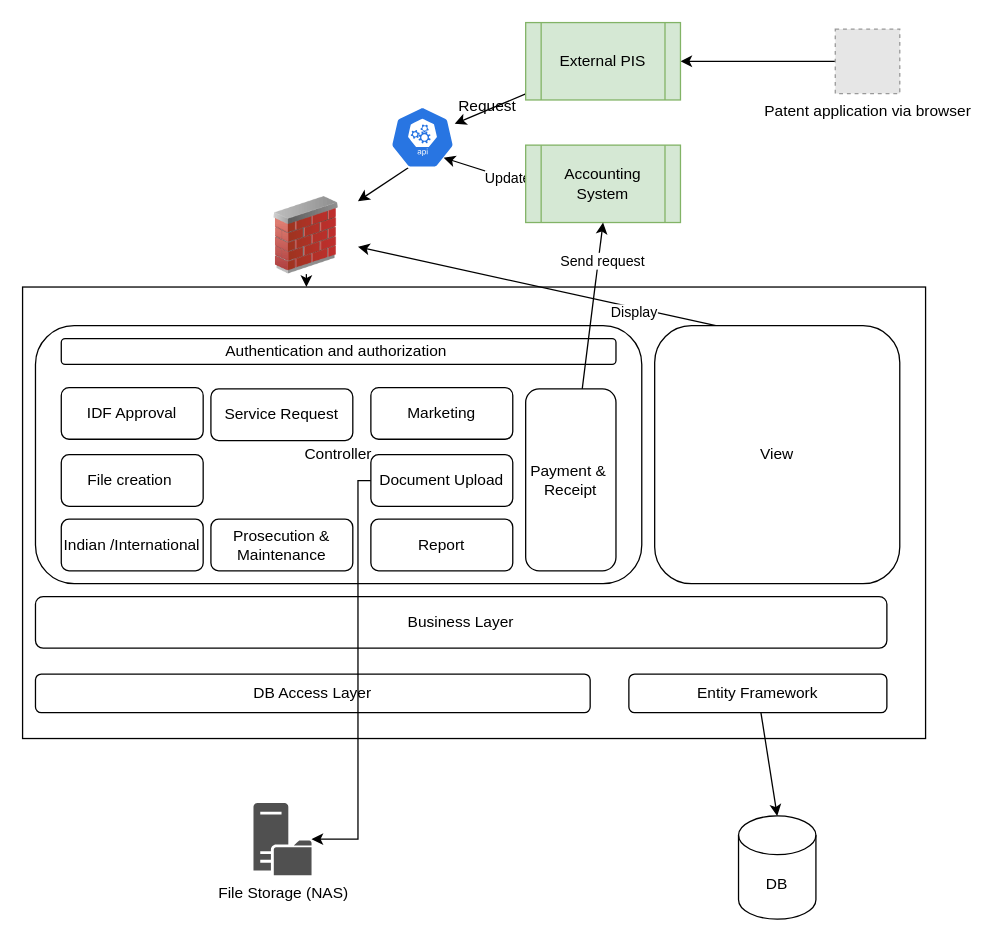
shpriya-bits/github-upload keeps this draw.io diagram as deployment.drawio. Above is the earlier version. Source tidied: cells renumbered, new cells numbered last; positions are measured from the earlier drawing's top-left corner, leaving out a move shared by most shapes. Both pictures are drawn from the tidied source at 129%, with x=0, y=0 at pixel (22, 22). Pictures stored in the file or linked from it are replaced by grey dashed boxes.
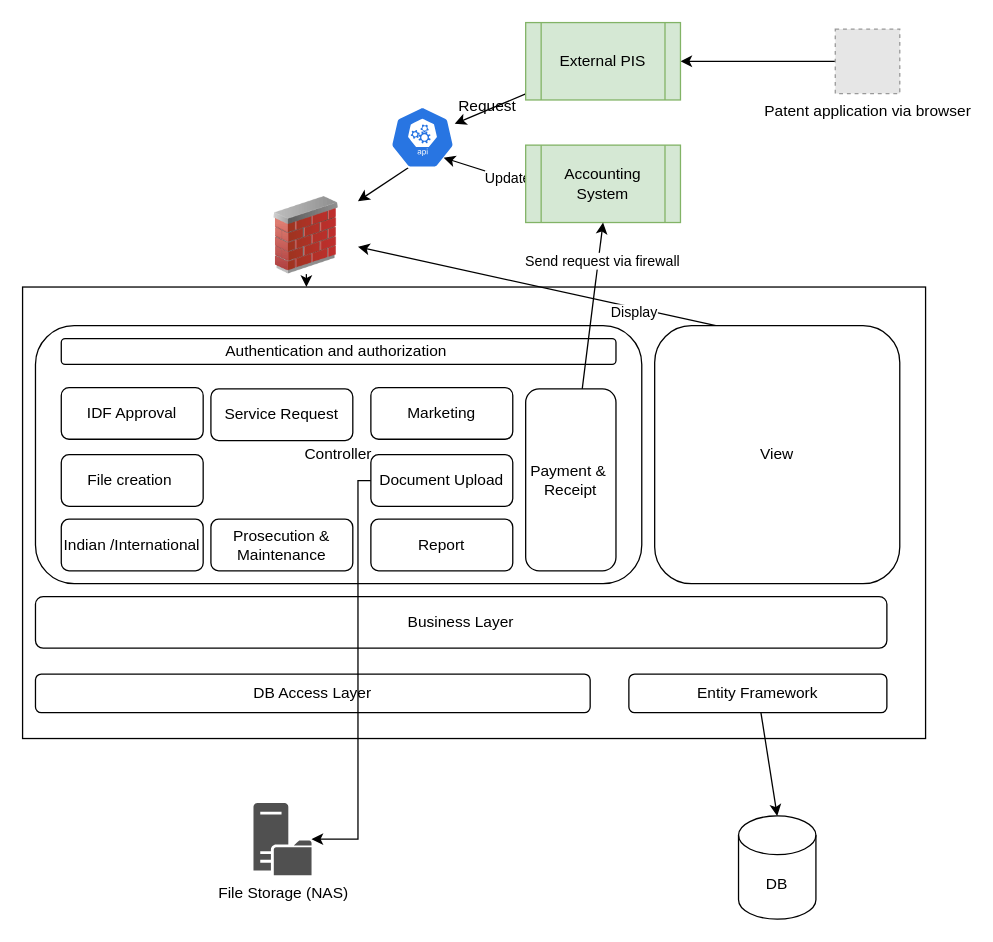
Above is the later version.

The change refers to these unchanged cells:
```xml
<mxCell id="32" style="edgeStyle=none;rounded=0;jettySize=auto;html=1;entryX=0.5;entryY=1;entryDx=0;entryDy=0;" parent="1" edge="1" source="34" target="31">
  <mxGeometry relative="1" as="geometry" />
</mxCell>
```

What changed in the source:
```diff
@@
-    <mxCell id="33" value="Send request&amp;nbsp;" style="edgeLabel;html=1;align=center;verticalAlign=middle;" parent="32" vertex="1">
+    <mxCell id="33" value="Send request via firewall&amp;nbsp;" style="edgeLabel;html=1;align=center;verticalAlign=middle;" parent="32" vertex="1">
       <mxGeometry x="0.31" relative="1" as="geometry">
         <mxPoint x="5.6" y="-14.7" as="offset" />
       </mxGeometry>
     </mxCell>
```
